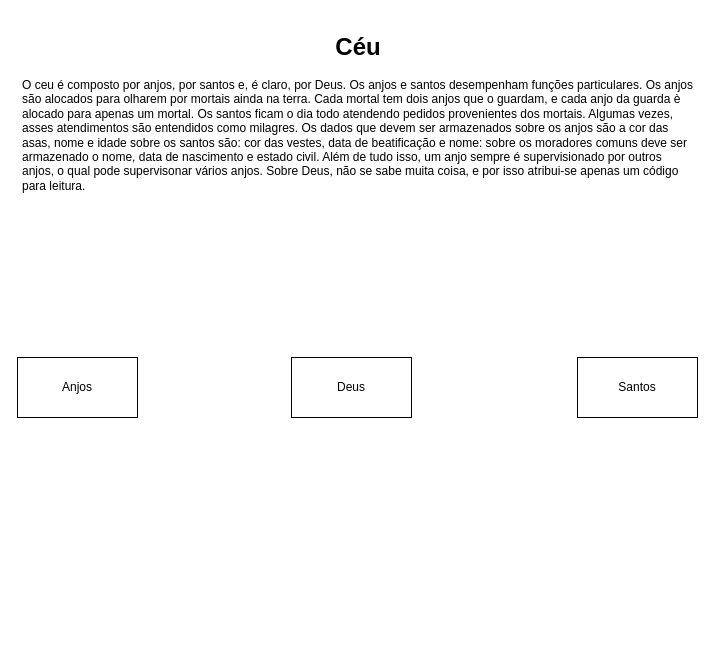
Above: BancoDeDados/2DiagramaCeu.drawio in VEORR4/SIS (draw.io), before the change. Source tidied: cells renumbered, new cells numbered last; positions are measured from the earlier drawing's top-left corner, leaving out a move shared by most shapes. Both pictures are drawn from the tidied source at 100%, with x=0, y=0 at pixel (17, 27).
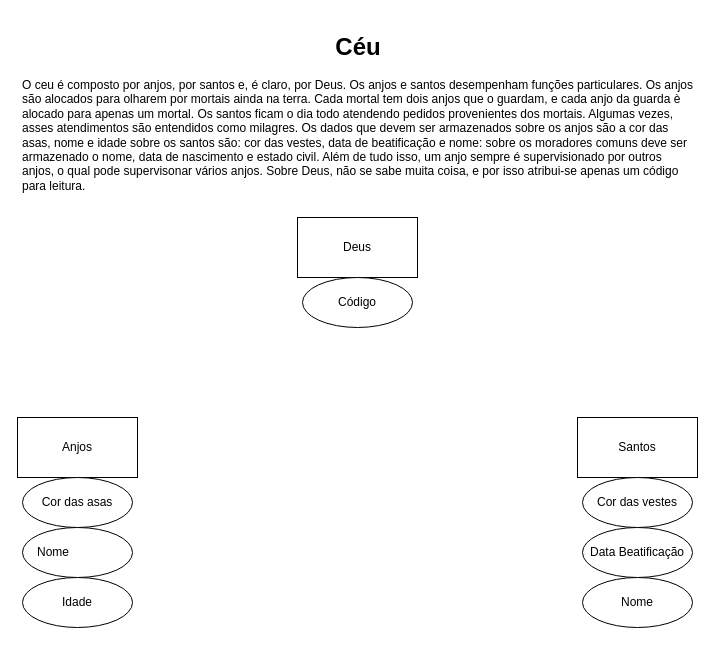
The same page after the edit.

Diff of the diagram source:
```diff
@@
 <mxGraphModel>
   <root>
     <mxCell id="0" />
     <mxCell id="1" parent="0" />
     <mxCell id="2" value="&lt;h1 style=&quot;text-align: center;&quot;&gt;Céu&lt;/h1&gt;&lt;p&gt;O ceu é composto por anjos, por santos e, é claro, por Deus. Os anjos e santos desempenham funções particulares. Os anjos são alocados para olharem por mortais ainda na terra. Cada mortal tem dois anjos que o guardam, e cada anjo da guarda è alocado para apenas um mortal. Os santos ficam o dia todo atendendo pedidos provenientes dos mortais. Algumas vezes, asses atendimentos são entendidos como milagres. Os dados que devem ser armazenados sobre os anjos são a cor das asas, nome e idade sobre os santos são: cor das vestes, data de beatificação e nome: sobre os moradores comuns deve ser armazenado o nome, data de nascimento e estado civil. Além de tudo isso, um anjo sempre é supervisionado por outros anjos, o qual pode supervisonar vários anjos. Sobre Deus, não se sabe muita coisa, e por isso atribui-se apenas um código para leitura.&lt;br&gt;&lt;/p&gt;" style="text;html=1;spacing=5;spacingTop=-20;whiteSpace=wrap;overflow=hidden;rounded=0;" parent="1" vertex="1">
       <mxGeometry width="680" height="190" as="geometry" />
     </mxCell>
     <mxCell id="3" value="Deus" style="rounded=0;whiteSpace=wrap;html=1;" parent="1" vertex="1">
-      <mxGeometry x="274" y="330" width="120" height="60" as="geometry" />
+      <mxGeometry x="280" y="190" width="120" height="60" as="geometry" />
     </mxCell>
     <mxCell id="4" value="Santos" style="rounded=0;whiteSpace=wrap;html=1;" parent="1" vertex="1">
-      <mxGeometry x="560" y="330" width="120" height="60" as="geometry" />
+      <mxGeometry x="560" y="390" width="120" height="60" as="geometry" />
     </mxCell>
     <mxCell id="5" value="Anjos" style="rounded=0;whiteSpace=wrap;html=1;" parent="1" vertex="1">
-      <mxGeometry y="330" width="120" height="60" as="geometry" />
+      <mxGeometry y="390" width="120" height="60" as="geometry" />
     </mxCell>
+    <mxCell id="6" value="Cor das asas" style="ellipse;whiteSpace=wrap;html=1;" parent="1" vertex="1">
+      <mxGeometry x="5" y="450" width="110" height="50" as="geometry" />
+    </mxCell>
+    <mxCell id="7" value="Nome&lt;span style=&quot;white-space: pre;&quot;&gt;&#9;&lt;/span&gt;&lt;span style=&quot;white-space: pre;&quot;&gt;&#9;&lt;/span&gt;" style="ellipse;whiteSpace=wrap;html=1;" parent="1" vertex="1">
+      <mxGeometry x="5" y="500" width="110" height="50" as="geometry" />
+    </mxCell>
+    <mxCell id="8" value="Idade" style="ellipse;whiteSpace=wrap;html=1;" parent="1" vertex="1">
+      <mxGeometry x="5" y="550" width="110" height="50" as="geometry" />
+    </mxCell>
+    <mxCell id="9" value="Cor das vestes" style="ellipse;whiteSpace=wrap;html=1;" parent="1" vertex="1">
+      <mxGeometry x="565" y="450" width="110" height="50" as="geometry" />
+    </mxCell>
+    <mxCell id="10" value="Data Beatificação" style="ellipse;whiteSpace=wrap;html=1;" parent="1" vertex="1">
+      <mxGeometry x="565" y="500" width="110" height="50" as="geometry" />
+    </mxCell>
+    <mxCell id="11" value="Nome" style="ellipse;whiteSpace=wrap;html=1;" parent="1" vertex="1">
+      <mxGeometry x="565" y="550" width="110" height="50" as="geometry" />
+    </mxCell>
+    <mxCell id="12" value="Código" style="ellipse;whiteSpace=wrap;html=1;" parent="1" vertex="1">
+      <mxGeometry x="285" y="250" width="110" height="50" as="geometry" />
+    </mxCell>
   </root>
 </mxGraphModel>
```
